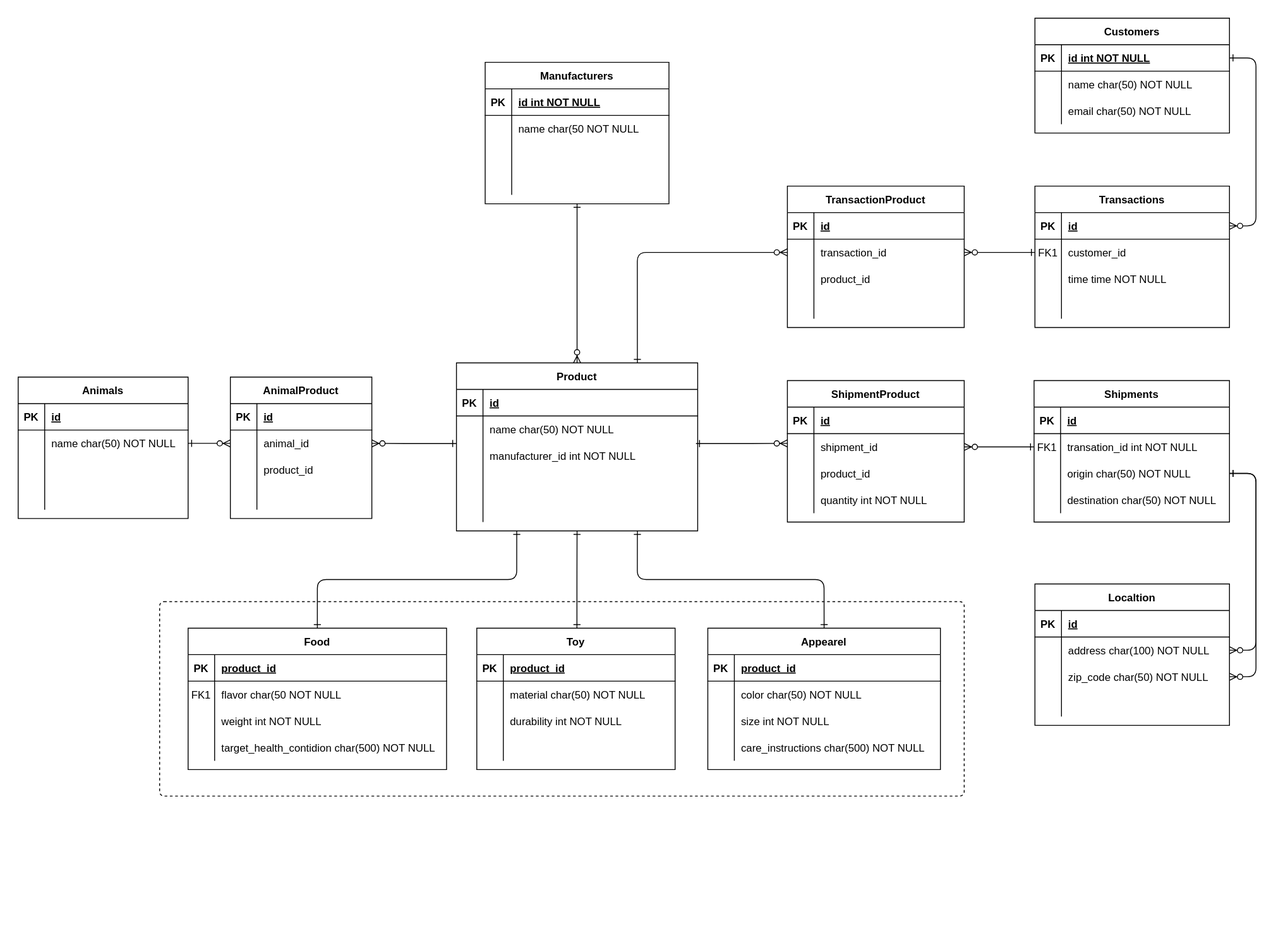
The draw.io diagram Task_3_RelationalDatabaseDesign.svg in huskyhehe/walmart-advanced-software-engineering, before a commit. Source tidied: cells renumbered, new cells last; positions are measured from the earlier drawing's top-left corner, leaving out a move shared by most shapes.
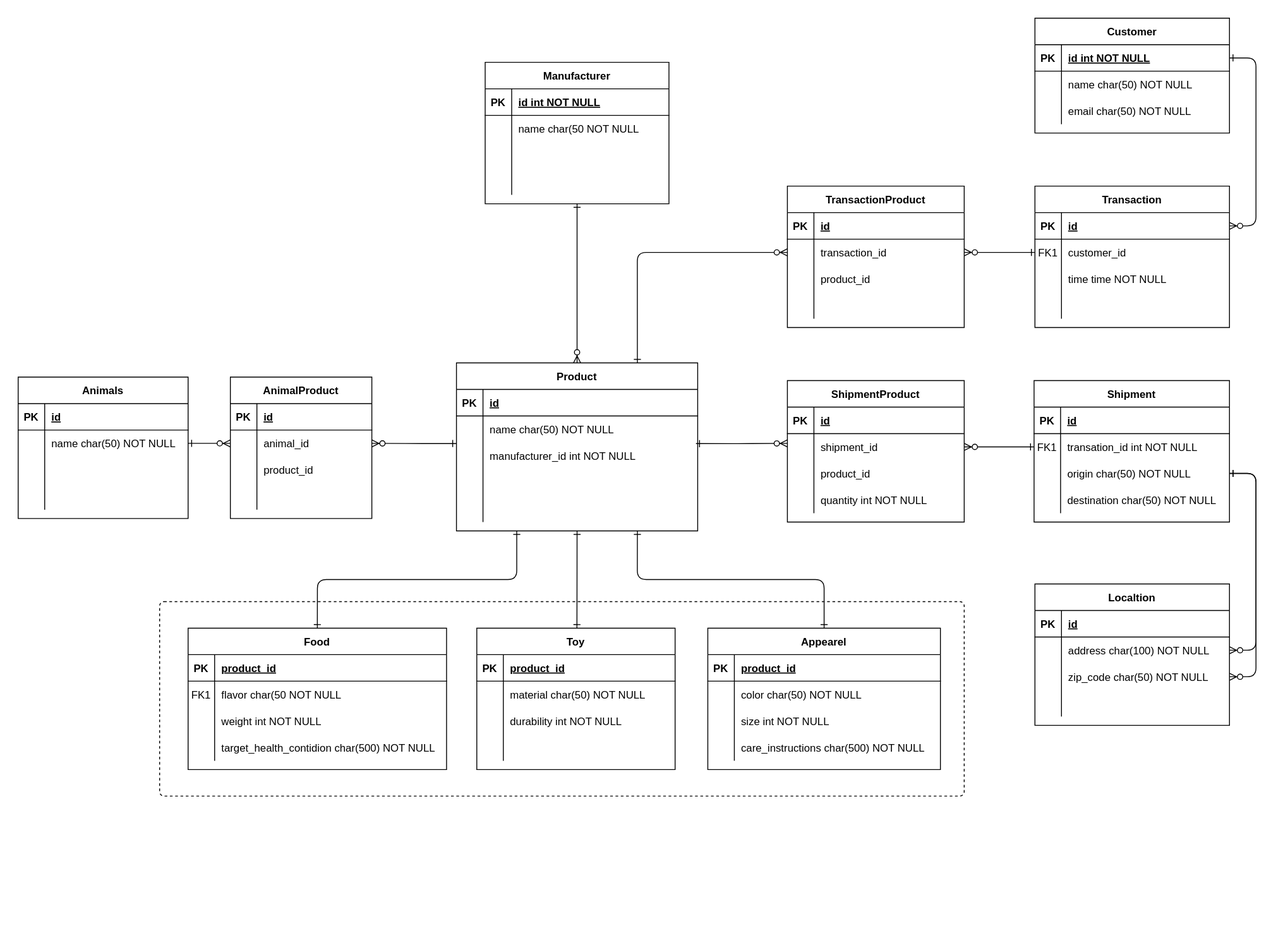
After the commit.

Commit message:
Add ERD for task3

Diff of the diagram source:
```diff
@@ -5,7 +5,7 @@
     <mxCell id="2" style="edgeStyle=entityRelationEdgeStyle;endArrow=ERzeroToMany;startArrow=ERone;endFill=1;startFill=0;" parent="1" edge="1" source="17" target="4">
       <mxGeometry relative="1" as="geometry" />
     </mxCell>
-    <mxCell id="3" value="Transactions" style="shape=table;startSize=30;rowLines=0;fontStyle=1;align=center;" parent="1" vertex="1">
+    <mxCell id="3" value="Transaction" style="shape=table;startSize=30;rowLines=0;fontStyle=1;align=center;" parent="1" vertex="1">
       <mxGeometry x="1150" y="190" width="220" height="160" as="geometry" />
     </mxCell>
     <mxCell id="4" style="shape=partialRectangle;fillColor=none;points=[[0,0.5],[1,0.5]];portConstraint=eastwest;top=0;left=0;right=0;bottom=1;" parent="3" vertex="1">
@@ -44,7 +44,7 @@
     <mxCell id="15" style="shape=partialRectangle;overflow=hidden;fillColor=none;top=0;left=0;bottom=0;right=0;align=left;spacingLeft=6;" parent="13" vertex="1">
       <mxGeometry x="30" width="190" height="30" as="geometry" />
     </mxCell>
-    <mxCell id="16" value="Customers" style="shape=table;startSize=30;rowLines=0;fontStyle=1;align=center;" parent="1" vertex="1">
+    <mxCell id="16" value="Customer" style="shape=table;startSize=30;rowLines=0;fontStyle=1;align=center;" parent="1" vertex="1">
       <mxGeometry x="1150" width="220" height="130" as="geometry" />
     </mxCell>
     <mxCell id="17" style="shape=partialRectangle;fillColor=none;points=[[0,0.5],[1,0.5]];portConstraint=eastwest;top=0;left=0;right=0;bottom=1;" parent="16" vertex="1">
@@ -74,7 +74,7 @@
     <mxCell id="25" value="email char(50) NOT NULL" style="shape=partialRectangle;overflow=hidden;fillColor=none;top=0;left=0;bottom=0;right=0;align=left;spacingLeft=6;" parent="23" vertex="1">
       <mxGeometry x="30" width="190" height="30" as="geometry" />
     </mxCell>
-    <mxCell id="26" value="Manufacturers" style="shape=table;startSize=30;rowLines=0;fontStyle=1;align=center;" parent="1" vertex="1">
+    <mxCell id="26" value="Manufacturer" style="shape=table;startSize=30;rowLines=0;fontStyle=1;align=center;" parent="1" vertex="1">
       <mxGeometry x="528.2" y="50" width="207.9" height="160" as="geometry" />
     </mxCell>
     <mxCell id="27" style="shape=tableRow;horizontal=0;startSize=0;swimlaneHead=0;swimlaneBody=0;fillColor=none;top=0;left=0;right=0;bottom=1;" parent="26" vertex="1">
@@ -113,7 +113,7 @@
     <mxCell id="38" style="shape=partialRectangle;fillColor=none;top=0;left=0;bottom=0;right=0;align=left;spacingLeft=6;overflow=hidden;" parent="36" vertex="1">
       <mxGeometry x="30" width="177.9" height="40" as="geometry" />
     </mxCell>
-    <mxCell id="39" value="Shipments" style="shape=table;startSize=30;rowLines=0;fontStyle=1;align=center;" parent="1" vertex="1">
+    <mxCell id="39" value="Shipment" style="shape=table;startSize=30;rowLines=0;fontStyle=1;align=center;" parent="1" vertex="1">
       <mxGeometry x="1149" y="410" width="221" height="160" as="geometry" />
     </mxCell>
     <mxCell id="40" style="shape=tableRow;horizontal=0;startSize=0;swimlaneHead=0;swimlaneBody=0;fillColor=none;top=0;left=0;right=0;bottom=1;" parent="39" vertex="1">
```
